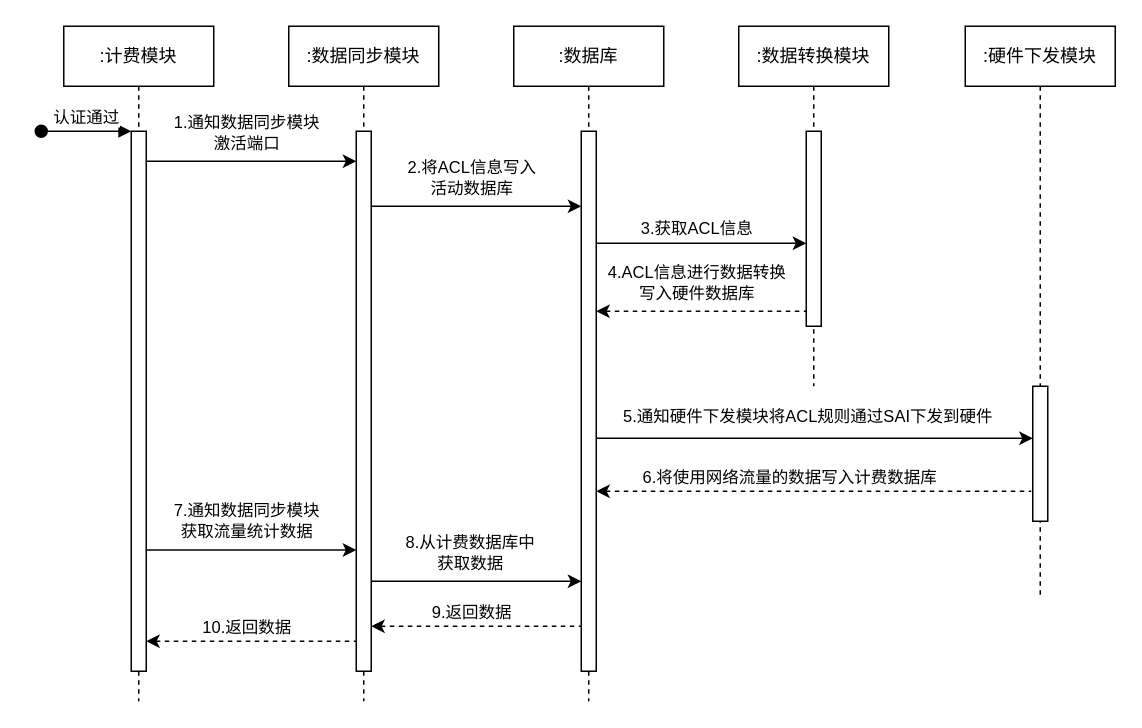
This is 流量计费的时序图.drawio from PATORITU/PATORITU, a draw.io file, before an edit. Source tidied: cells renumbered, new cells numbered last; positions are measured from the earlier drawing's top-left corner, leaving out a move shared by most shapes. Both pictures are drawn from the tidied source at 150%, with x=0, y=0 at pixel (40, 26).
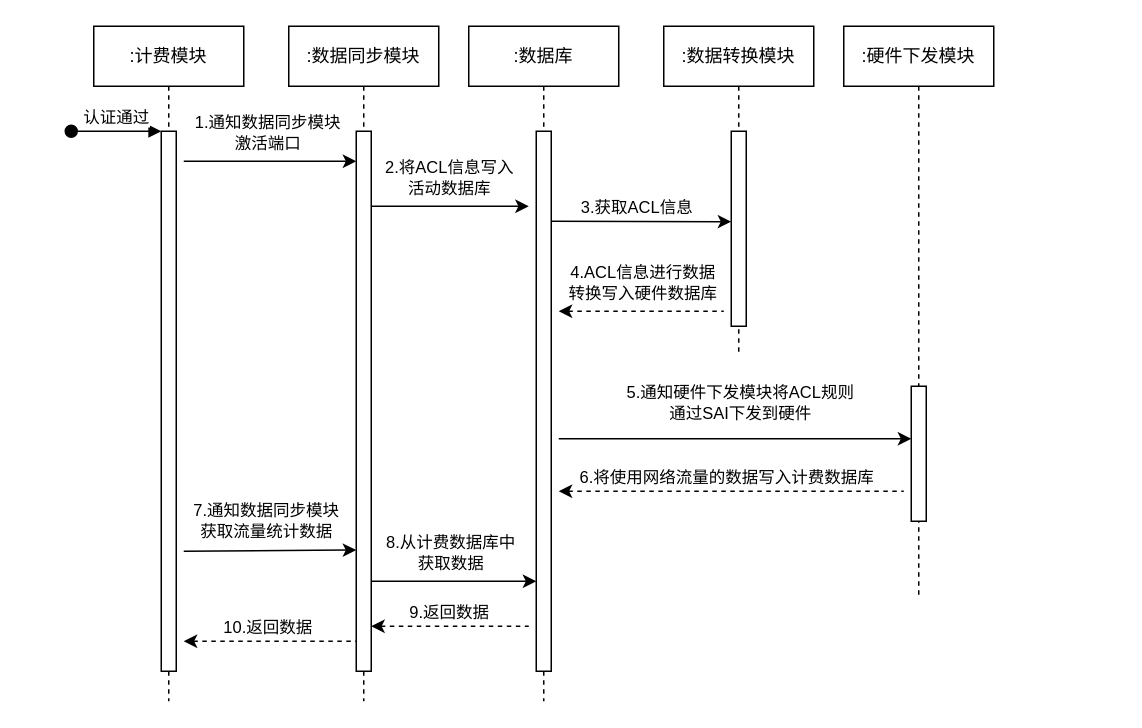
After the change.

Commit message:
更新流量计费的时序图.drawio

What changed in the source:
```diff
@@
-    <mxCell id="2" value=":计费模块" style="shape=umlLifeline;perimeter=lifelinePerimeter;whiteSpace=wrap;html=1;newEdgeStyle={&quot;edgeStyle&quot;:&quot;elbowEdgeStyle&quot;,&quot;elbow&quot;:&quot;vertical&quot;,&quot;curved&quot;:0,&quot;rounded&quot;:0};" parent="1" vertex="1">
-      <mxGeometry x="15" width="100" height="450" as="geometry" />
+    <mxCell id="2" value=":计费模块" style="shape=umlLifeline;perimeter=lifelinePerimeter;whiteSpace=wrap;html=1;newEdgeStyle={&quot;edgeStyle&quot;:&quot;elbowEdgeStyle&quot;,&quot;elbow&quot;:&quot;vertical&quot;,&quot;curved&quot;:0,&quot;rounded&quot;:0};fontFamily=宋体;" parent="1" vertex="1">
+      <mxGeometry x="35" width="100" height="450" as="geometry" />
     </mxCell>
-    <mxCell id="3" style="html=1;points=[];perimeter=orthogonalPerimeter;outlineConnect=0;targetShapes=umlLifeline;portConstraint=eastwest;newEdgeStyle={&quot;edgeStyle&quot;:&quot;elbowEdgeStyle&quot;,&quot;elbow&quot;:&quot;vertical&quot;,&quot;curved&quot;:0,&quot;rounded&quot;:0};" parent="2" vertex="1">
+    <mxCell id="3" style="html=1;points=[];perimeter=orthogonalPerimeter;outlineConnect=0;targetShapes=umlLifeline;portConstraint=eastwest;newEdgeStyle={&quot;edgeStyle&quot;:&quot;elbowEdgeStyle&quot;,&quot;elbow&quot;:&quot;vertical&quot;,&quot;curved&quot;:0,&quot;rounded&quot;:0};fontFamily=宋体;" parent="2" vertex="1">
       <mxGeometry x="45" y="70" width="10" height="360" as="geometry" />
     </mxCell>
-    <mxCell id="4" value="认证通过" style="html=1;verticalAlign=bottom;startArrow=oval;endArrow=block;startSize=8;edgeStyle=elbowEdgeStyle;elbow=vertical;curved=0;rounded=0;" parent="2" edge="1" target="3">
+    <mxCell id="4" value="认证通过" style="html=1;verticalAlign=bottom;startArrow=oval;endArrow=block;startSize=8;edgeStyle=elbowEdgeStyle;elbow=vertical;curved=0;rounded=0;fontFamily=宋体;" parent="2" edge="1" target="3">
       <mxGeometry relative="1" as="geometry">
         <mxPoint x="-15" y="70" as="sourcePoint" />
       </mxGeometry>
     </mxCell>
-    <mxCell id="5" value=":数据同步模块" style="shape=umlLifeline;perimeter=lifelinePerimeter;whiteSpace=wrap;html=1;newEdgeStyle={&quot;edgeStyle&quot;:&quot;elbowEdgeStyle&quot;,&quot;elbow&quot;:&quot;vertical&quot;,&quot;curved&quot;:0,&quot;rounded&quot;:0};" parent="1" vertex="1">
+    <mxCell id="5" value=":数据同步模块" style="shape=umlLifeline;perimeter=lifelinePerimeter;whiteSpace=wrap;html=1;newEdgeStyle={&quot;edgeStyle&quot;:&quot;elbowEdgeStyle&quot;,&quot;elbow&quot;:&quot;vertical&quot;,&quot;curved&quot;:0,&quot;rounded&quot;:0};fontFamily=宋体;" parent="1" vertex="1">
       <mxGeometry x="165" width="100" height="450" as="geometry" />
     </mxCell>
-    <mxCell id="6" style="html=1;perimeter=orthogonalPerimeter;targetShapes=umlLifeline;newEdgeStyle={&quot;edgeStyle&quot;:&quot;elbowEdgeStyle&quot;,&quot;elbow&quot;:&quot;vertical&quot;,&quot;curved&quot;:0,&quot;rounded&quot;:0};" parent="5" vertex="1">
+    <mxCell id="6" style="html=1;perimeter=orthogonalPerimeter;targetShapes=umlLifeline;newEdgeStyle={&quot;edgeStyle&quot;:&quot;elbowEdgeStyle&quot;,&quot;elbow&quot;:&quot;vertical&quot;,&quot;curved&quot;:0,&quot;rounded&quot;:0};fontFamily=宋体;" parent="5" vertex="1">
       <mxGeometry x="45" y="70" width="10" height="360" as="geometry" />
     </mxCell>
-    <mxCell id="7" value=":数据库" style="shape=umlLifeline;perimeter=lifelinePerimeter;whiteSpace=wrap;html=1;newEdgeStyle={&quot;edgeStyle&quot;:&quot;elbowEdgeStyle&quot;,&quot;elbow&quot;:&quot;vertical&quot;,&quot;curved&quot;:0,&quot;rounded&quot;:0};" parent="1" vertex="1">
-      <mxGeometry x="315" width="100" height="450" as="geometry" />
+    <mxCell id="7" value=":数据库" style="shape=umlLifeline;perimeter=lifelinePerimeter;whiteSpace=wrap;html=1;newEdgeStyle={&quot;edgeStyle&quot;:&quot;elbowEdgeStyle&quot;,&quot;elbow&quot;:&quot;vertical&quot;,&quot;curved&quot;:0,&quot;rounded&quot;:0};fontFamily=宋体;" parent="1" vertex="1">
+      <mxGeometry x="285" width="100" height="450" as="geometry" />
     </mxCell>
-    <mxCell id="8" style="html=1;points=[];perimeter=orthogonalPerimeter;outlineConnect=0;targetShapes=umlLifeline;portConstraint=eastwest;newEdgeStyle={&quot;edgeStyle&quot;:&quot;elbowEdgeStyle&quot;,&quot;elbow&quot;:&quot;vertical&quot;,&quot;curved&quot;:0,&quot;rounded&quot;:0};" parent="7" vertex="1">
+    <mxCell id="8" style="html=1;points=[];perimeter=orthogonalPerimeter;outlineConnect=0;targetShapes=umlLifeline;portConstraint=eastwest;newEdgeStyle={&quot;edgeStyle&quot;:&quot;elbowEdgeStyle&quot;,&quot;elbow&quot;:&quot;vertical&quot;,&quot;curved&quot;:0,&quot;rounded&quot;:0};fontFamily=宋体;" parent="7" vertex="1">
       <mxGeometry x="45" y="70" width="10" height="360" as="geometry" />
     </mxCell>
-    <mxCell id="9" value=":数据转换模块" style="shape=umlLifeline;perimeter=lifelinePerimeter;whiteSpace=wrap;html=1;newEdgeStyle={&quot;edgeStyle&quot;:&quot;elbowEdgeStyle&quot;,&quot;elbow&quot;:&quot;vertical&quot;,&quot;curved&quot;:0,&quot;rounded&quot;:0};" parent="1" vertex="1">
-      <mxGeometry x="465" width="100" height="240" as="geometry" />
+    <mxCell id="9" value=":数据转换模块" style="shape=umlLifeline;perimeter=lifelinePerimeter;whiteSpace=wrap;html=1;newEdgeStyle={&quot;edgeStyle&quot;:&quot;elbowEdgeStyle&quot;,&quot;elbow&quot;:&quot;vertical&quot;,&quot;curved&quot;:0,&quot;rounded&quot;:0};fontFamily=宋体;" parent="1" vertex="1">
+      <mxGeometry x="415" width="100" height="220" as="geometry" />
     </mxCell>
-    <mxCell id="10" style="html=1;perimeter=orthogonalPerimeter;targetShapes=umlLifeline;newEdgeStyle={&quot;edgeStyle&quot;:&quot;elbowEdgeStyle&quot;,&quot;elbow&quot;:&quot;vertical&quot;,&quot;curved&quot;:0,&quot;rounded&quot;:0};" parent="9" vertex="1">
+    <mxCell id="10" style="html=1;perimeter=orthogonalPerimeter;targetShapes=umlLifeline;newEdgeStyle={&quot;edgeStyle&quot;:&quot;elbowEdgeStyle&quot;,&quot;elbow&quot;:&quot;vertical&quot;,&quot;curved&quot;:0,&quot;rounded&quot;:0};fontFamily=宋体;" parent="9" vertex="1">
       <mxGeometry x="45" y="70" width="10" height="130" as="geometry" />
     </mxCell>
-    <mxCell id="11" value=":硬件下发模块" style="shape=umlLifeline;perimeter=lifelinePerimeter;whiteSpace=wrap;html=1;newEdgeStyle={&quot;edgeStyle&quot;:&quot;elbowEdgeStyle&quot;,&quot;elbow&quot;:&quot;vertical&quot;,&quot;curved&quot;:0,&quot;rounded&quot;:0};" parent="1" vertex="1">
-      <mxGeometry x="616" width="100" height="380" as="geometry" />
+    <mxCell id="11" value=":硬件下发模块" style="shape=umlLifeline;perimeter=lifelinePerimeter;whiteSpace=wrap;html=1;newEdgeStyle={&quot;edgeStyle&quot;:&quot;elbowEdgeStyle&quot;,&quot;elbow&quot;:&quot;vertical&quot;,&quot;curved&quot;:0,&quot;rounded&quot;:0};fontFamily=宋体;" parent="1" vertex="1">
+      <mxGeometry x="535" width="100" height="380" as="geometry" />
     </mxCell>
-    <mxCell id="12" style="html=1;points=[];perimeter=orthogonalPerimeter;outlineConnect=0;targetShapes=umlLifeline;portConstraint=eastwest;newEdgeStyle={&quot;edgeStyle&quot;:&quot;elbowEdgeStyle&quot;,&quot;elbow&quot;:&quot;vertical&quot;,&quot;curved&quot;:0,&quot;rounded&quot;:0};" parent="11" vertex="1">
+    <mxCell id="12" style="html=1;points=[];perimeter=orthogonalPerimeter;outlineConnect=0;targetShapes=umlLifeline;portConstraint=eastwest;newEdgeStyle={&quot;edgeStyle&quot;:&quot;elbowEdgeStyle&quot;,&quot;elbow&quot;:&quot;vertical&quot;,&quot;curved&quot;:0,&quot;rounded&quot;:0};fontFamily=宋体;" parent="11" vertex="1">
       <mxGeometry x="45" y="240" width="10" height="90" as="geometry" />
     </mxCell>
-    <mxCell id="13" style="endArrow=classic;html=1;rounded=0;" parent="1" edge="1">
+    <mxCell id="13" style="endArrow=classic;html=1;rounded=0;fontFamily=宋体;" parent="1" edge="1">
       <mxGeometry relative="1" as="geometry">
-        <mxPoint x="70" y="90" as="sourcePoint" />
+        <mxPoint x="95" y="90" as="sourcePoint" />
         <mxPoint x="210" y="90" as="targetPoint" />
       </mxGeometry>
     </mxCell>
-    <mxCell id="14" value="1.通知数据同步模块&lt;br&gt;激活端口" style="edgeLabel;html=1;align=center;verticalAlign=middle;" parent="13" vertex="1">
+    <mxCell id="14" value="1.通知数据同步模块&lt;br&gt;激活端口" style="edgeLabel;html=1;align=center;verticalAlign=middle;fontFamily=宋体;" parent="13" vertex="1">
       <mxGeometry x="-0.15" relative="1" as="geometry">
         <mxPoint x="6" y="-20" as="offset" />
       </mxGeometry>
     </mxCell>
-    <mxCell id="15" style="endArrow=classic;html=1;rounded=0;" parent="1" edge="1">
+    <mxCell id="15" style="endArrow=classic;html=1;rounded=0;fontFamily=宋体;" parent="1" edge="1">
       <mxGeometry relative="1" as="geometry">
         <mxPoint x="220" y="120" as="sourcePoint" />
-        <mxPoint x="360" y="120" as="targetPoint" />
+        <mxPoint x="325" y="120" as="targetPoint" />
       </mxGeometry>
     </mxCell>
-    <mxCell id="16" value="2.将ACL信息写入&lt;br&gt;活动数据库" style="edgeLabel;html=1;align=center;verticalAlign=middle;" parent="15" vertex="1">
+    <mxCell id="16" value="2.将ACL信息写入&lt;br&gt;活动数据库" style="edgeLabel;html=1;align=center;verticalAlign=middle;fontFamily=宋体;" parent="15" vertex="1">
       <mxGeometry x="-0.15" relative="1" as="geometry">
         <mxPoint x="6" y="-20" as="offset" />
       </mxGeometry>
     </mxCell>
-    <mxCell id="17" style="endArrow=none;html=1;rounded=0;endFill=0;startArrow=classic;startFill=1;dashed=1;" parent="1" edge="1">
+    <mxCell id="17" style="endArrow=none;html=1;rounded=0;endFill=0;startArrow=classic;startFill=1;dashed=1;fontFamily=宋体;" parent="1" edge="1">
       <mxGeometry relative="1" as="geometry">
-        <mxPoint x="370" y="190" as="sourcePoint" />
-        <mxPoint x="510" y="190" as="targetPoint" />
+        <mxPoint x="345" y="190" as="sourcePoint" />
+        <mxPoint x="455" y="190" as="targetPoint" />
       </mxGeometry>
     </mxCell>
-    <mxCell id="18" value="4.ACL信息进行数据转换&lt;br&gt;写入硬件数据库" style="edgeLabel;html=1;align=center;verticalAlign=middle;" parent="17" vertex="1">
+    <mxCell id="18" value="4.ACL信息进行数据&lt;br&gt;转换写入硬件数据库" style="edgeLabel;html=1;align=center;verticalAlign=middle;fontFamily=宋体;" parent="17" vertex="1">
       <mxGeometry x="-0.15" relative="1" as="geometry">
-        <mxPoint x="6" y="-20" as="offset" />
+        <mxPoint x="8" y="-20" as="offset" />
       </mxGeometry>
     </mxCell>
-    <mxCell id="19" style="endArrow=classic;html=1;rounded=0;" parent="1" edge="1">
+    <mxCell id="19" style="endArrow=classic;html=1;rounded=0;fontFamily=宋体;" parent="1" edge="1">
       <mxGeometry relative="1" as="geometry">
-        <mxPoint x="370" y="144.7" as="sourcePoint" />
-        <mxPoint x="510" y="144.7" as="targetPoint" />
+        <mxPoint x="340" y="130" as="sourcePoint" />
+        <mxPoint x="460" y="130.3" as="targetPoint" />
       </mxGeometry>
     </mxCell>
-    <mxCell id="20" value="3.获取ACL信息" style="edgeLabel;html=1;align=center;verticalAlign=middle;" parent="19" vertex="1">
+    <mxCell id="20" value="3.获取ACL信息" style="edgeLabel;html=1;align=center;verticalAlign=middle;fontFamily=宋体;" parent="19" vertex="1">
       <mxGeometry x="-0.15" relative="1" as="geometry">
         <mxPoint x="6" y="-10" as="offset" />
       </mxGeometry>
     </mxCell>
-    <mxCell id="21" style="endArrow=classic;html=1;rounded=0;" parent="1" edge="1" target="12">
+    <mxCell id="21" style="endArrow=classic;html=1;rounded=0;fontFamily=宋体;" parent="1" edge="1" target="12">
       <mxGeometry relative="1" as="geometry">
-        <mxPoint x="370" y="274.7" as="sourcePoint" />
+        <mxPoint x="345" y="275" as="sourcePoint" />
+        <Array as="points">
+          <mxPoint x="465" y="275" />
+        </Array>
       </mxGeometry>
     </mxCell>
-    <mxCell id="22" value="5.通知硬件下发模块将ACL规则通过SAI下发到硬件" style="edgeLabel;html=1;align=center;verticalAlign=middle;" parent="21" vertex="1">
+    <mxCell id="22" value="5.通知硬件下发模块将ACL规则&lt;br&gt;通过SAI下发到硬件" style="edgeLabel;html=1;align=center;verticalAlign=middle;fontFamily=宋体;" parent="21" vertex="1">
       <mxGeometry x="-0.15" relative="1" as="geometry">
-        <mxPoint x="16" y="-15" as="offset" />
+        <mxPoint x="20" y="-25" as="offset" />
       </mxGeometry>
     </mxCell>
-    <mxCell id="23" style="endArrow=none;html=1;rounded=0;endFill=0;startArrow=classic;startFill=1;dashed=1;" parent="1" edge="1">
+    <mxCell id="23" style="endArrow=none;html=1;rounded=0;endFill=0;startArrow=classic;startFill=1;dashed=1;fontFamily=宋体;" parent="1" edge="1">
       <mxGeometry relative="1" as="geometry">
-        <mxPoint x="370" y="310" as="sourcePoint" />
-        <mxPoint x="660" y="310" as="targetPoint" />
+        <mxPoint x="345" y="310" as="sourcePoint" />
+        <mxPoint x="575" y="310" as="targetPoint" />
       </mxGeometry>
     </mxCell>
-    <mxCell id="24" value="6.将使用网络流量的数据写入计费数据库" style="edgeLabel;html=1;align=center;verticalAlign=middle;" parent="23" vertex="1">
+    <mxCell id="24" value="6.将使用网络流量的数据写入计费数据库" style="edgeLabel;html=1;align=center;verticalAlign=middle;fontFamily=宋体;" parent="23" vertex="1">
       <mxGeometry x="-0.15" relative="1" as="geometry">
-        <mxPoint x="5" y="-10" as="offset" />
+        <mxPoint x="13" y="-10" as="offset" />
       </mxGeometry>
     </mxCell>
-    <mxCell id="25" style="endArrow=classic;html=1;rounded=0;" parent="1" edge="1">
+    <mxCell id="25" style="endArrow=classic;html=1;rounded=0;fontFamily=宋体;" parent="1" edge="1">
       <mxGeometry relative="1" as="geometry">
-        <mxPoint x="70" y="349.2" as="sourcePoint" />
+        <mxPoint x="95" y="350" as="sourcePoint" />
         <mxPoint x="210" y="349.2" as="targetPoint" />
       </mxGeometry>
     </mxCell>
-    <mxCell id="26" value="7.通知数据同步模块&lt;br&gt;获取流量统计数据" style="edgeLabel;html=1;align=center;verticalAlign=middle;" parent="25" vertex="1">
+    <mxCell id="26" value="7.通知数据同步模块&lt;br&gt;获取流量统计数据" style="edgeLabel;html=1;align=center;verticalAlign=middle;fontFamily=宋体;" parent="25" vertex="1">
       <mxGeometry x="-0.15" relative="1" as="geometry">
         <mxPoint x="6" y="-20" as="offset" />
       </mxGeometry>
     </mxCell>
-    <mxCell id="27" style="endArrow=classic;html=1;rounded=0;" parent="1" edge="1">
+    <mxCell id="27" style="endArrow=classic;html=1;rounded=0;fontFamily=宋体;" parent="1" edge="1" target="8">
       <mxGeometry relative="1" as="geometry">
         <mxPoint x="220" y="370" as="sourcePoint" />
-        <mxPoint x="360" y="370" as="targetPoint" />
       </mxGeometry>
     </mxCell>
-    <mxCell id="28" value="8.从计费数据库中&lt;br&gt;获取数据" style="edgeLabel;html=1;align=center;verticalAlign=middle;" parent="27" vertex="1">
+    <mxCell id="28" value="8.从计费数据库中&lt;br&gt;获取数据" style="edgeLabel;html=1;align=center;verticalAlign=middle;fontFamily=宋体;" parent="27" vertex="1">
       <mxGeometry x="-0.15" relative="1" as="geometry">
         <mxPoint x="5" y="-20" as="offset" />
       </mxGeometry>
     </mxCell>
-    <mxCell id="29" style="endArrow=none;html=1;rounded=0;endFill=0;startArrow=classic;startFill=1;dashed=1;" parent="1" edge="1">
+    <mxCell id="29" style="endArrow=none;html=1;rounded=0;endFill=0;startArrow=classic;startFill=1;dashed=1;fontFamily=宋体;" parent="1" edge="1">
       <mxGeometry relative="1" as="geometry">
         <mxPoint x="220" y="400" as="sourcePoint" />
-        <mxPoint x="360" y="400" as="targetPoint" />
+        <mxPoint x="325" y="400" as="targetPoint" />
       </mxGeometry>
     </mxCell>
-    <mxCell id="30" value="9.返回数据" style="edgeLabel;html=1;align=center;verticalAlign=middle;" parent="29" vertex="1">
+    <mxCell id="30" value="9.返回数据" style="edgeLabel;html=1;align=center;verticalAlign=middle;fontFamily=宋体;" parent="29" vertex="1">
       <mxGeometry x="-0.15" relative="1" as="geometry">
         <mxPoint x="6" y="-10" as="offset" />
       </mxGeometry>
     </mxCell>
-    <mxCell id="31" style="endArrow=none;html=1;rounded=0;endFill=0;startArrow=classic;startFill=1;dashed=1;" parent="1" edge="1">
+    <mxCell id="31" style="endArrow=none;html=1;rounded=0;endFill=0;startArrow=classic;startFill=1;dashed=1;fontFamily=宋体;" parent="1" edge="1">
       <mxGeometry relative="1" as="geometry">
-        <mxPoint x="70" y="410" as="sourcePoint" />
+        <mxPoint x="95" y="410" as="sourcePoint" />
         <mxPoint x="210" y="410" as="targetPoint" />
       </mxGeometry>
     </mxCell>
-    <mxCell id="32" value="10.返回数据" style="edgeLabel;html=1;align=center;verticalAlign=middle;" parent="31" vertex="1">
+    <mxCell id="32" value="10.返回数据" style="edgeLabel;html=1;align=center;verticalAlign=middle;fontFamily=宋体;" parent="31" vertex="1">
       <mxGeometry x="-0.15" relative="1" as="geometry">
         <mxPoint x="6" y="-10" as="offset" />
       </mxGeometry>
     </mxCell>
```
